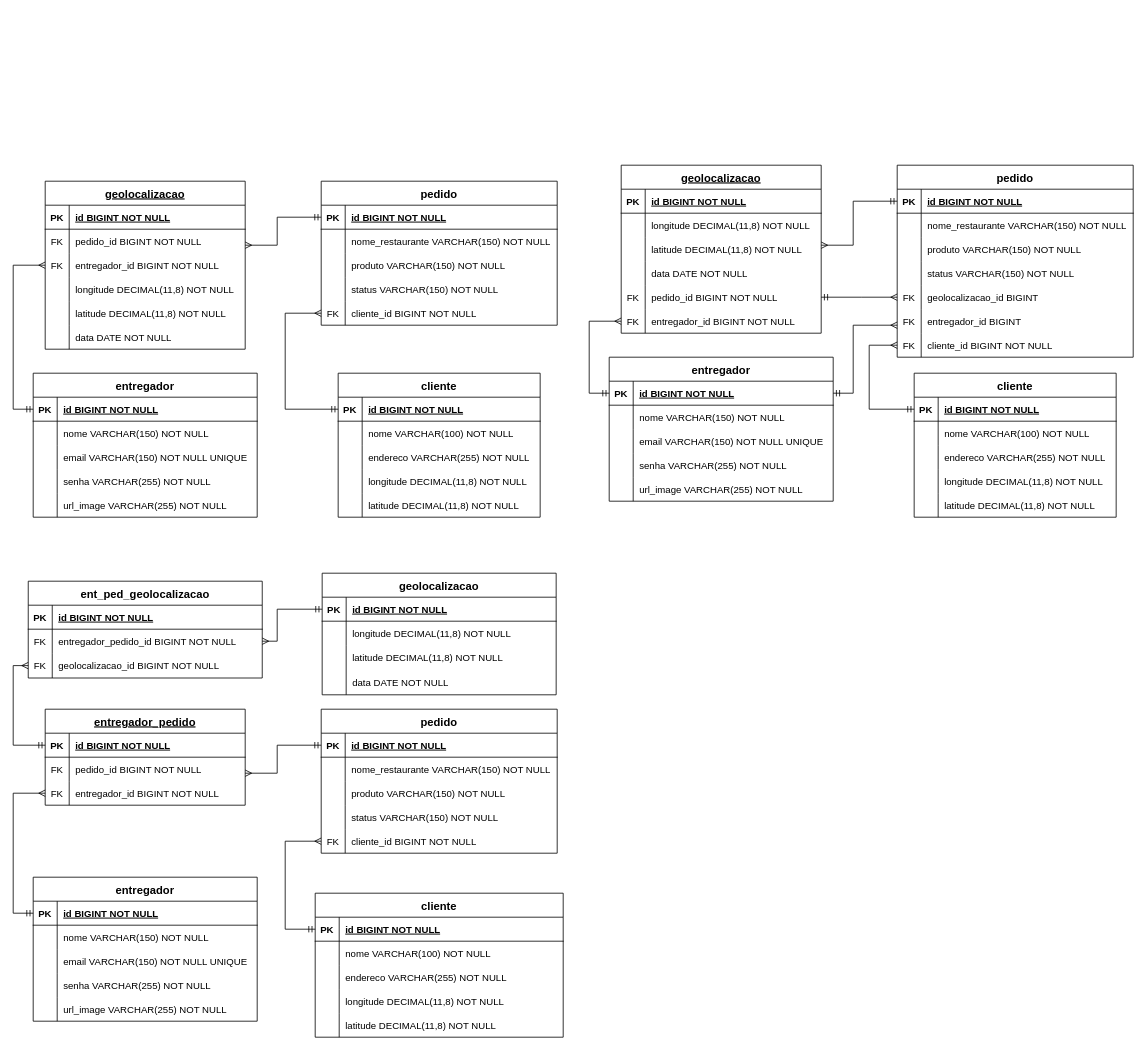
Chocode-iFood/dados-complementares keeps this draw.io diagram as Diagrama_20_03.drawio. Above is the earlier version. Source tidied: cells renumbered, new cells numbered last; positions are measured from the earlier drawing's top-left corner, leaving out a move shared by most shapes. Both pictures are drawn from the tidied source at 80%, with x=0, y=0 at pixel (-27, 13).
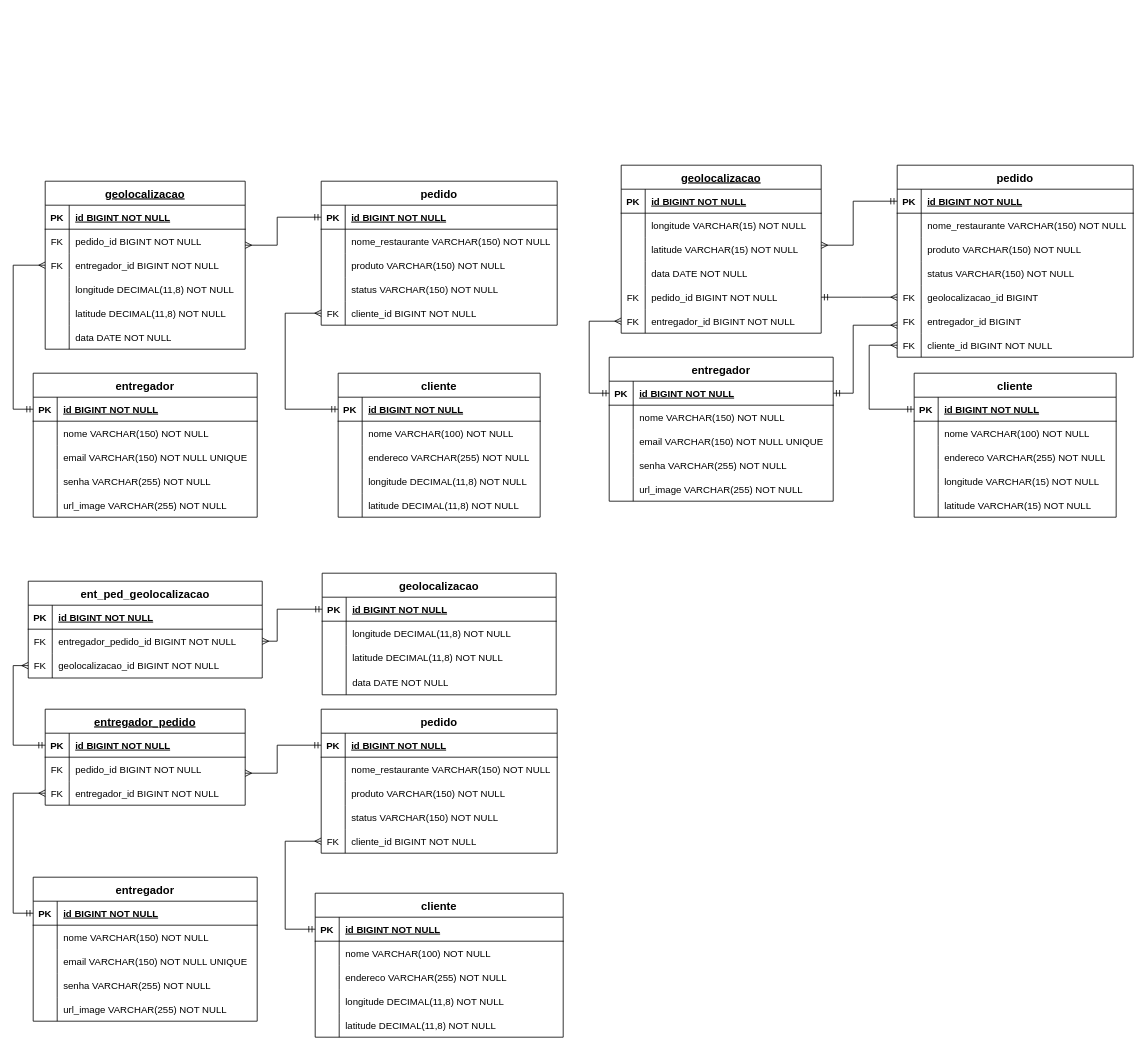
Above is the later version.

Commit message (it also covers changes not shown here):
Editando o diagrama, para implementar alterações sugeridas pelo Danilo

The change refers to these unchanged cells:
```xml
<mxCell id="208" style="shape=tableRow;horizontal=0;startSize=0;swimlaneHead=0;swimlaneBody=0;fillColor=none;top=0;left=0;right=0;bottom=0;" parent="198" vertex="1">
  <mxGeometry y="120" width="252.5" height="30" as="geometry" />
</mxCell>
<mxCell id="211" style="shape=tableRow;horizontal=0;startSize=0;swimlaneHead=0;swimlaneBody=0;fillColor=none;top=0;left=0;right=0;bottom=0;" parent="198" vertex="1">
  <mxGeometry y="150" width="252.5" height="30" as="geometry" />
</mxCell>
<mxCell id="218" style="shape=tableRow;horizontal=0;startSize=0;swimlaneHead=0;swimlaneBody=0;fillColor=none;top=0;left=0;right=0;bottom=1;strokeColor=none;" parent="214" vertex="1">
  <mxGeometry y="60" width="250" height="30" as="geometry" />
</mxCell>
<mxCell id="221" style="shape=tableRow;horizontal=0;startSize=0;swimlaneHead=0;swimlaneBody=0;fillColor=none;top=0;left=0;right=0;bottom=1;strokeColor=none;" parent="214" vertex="1">
  <mxGeometry y="90" width="250" height="30" as="geometry" />
</mxCell>
```

What changed in the source:
```diff
@@
-    <mxCell id="210" value="longitude DECIMAL(11,8) NOT NULL" style="shape=partialRectangle;fillColor=none;top=0;left=0;bottom=0;right=0;align=left;spacingLeft=6;overflow=hidden;" parent="208" vertex="1">
+    <mxCell id="210" value="longitude VARCHAR(15) NOT NULL" style="shape=partialRectangle;fillColor=none;top=0;left=0;bottom=0;right=0;align=left;spacingLeft=6;overflow=hidden;" parent="208" vertex="1">
       <mxGeometry x="30" width="222.5" height="30" as="geometry" />
     </mxCell>
@@
-    <mxCell id="213" value="latitude DECIMAL(11,8) NOT NULL" style="shape=partialRectangle;fillColor=none;top=0;left=0;bottom=0;right=0;align=left;spacingLeft=6;overflow=hidden;" parent="211" vertex="1">
+    <mxCell id="213" value="latitude VARCHAR(15) NOT NULL" style="shape=partialRectangle;fillColor=none;top=0;left=0;bottom=0;right=0;align=left;spacingLeft=6;overflow=hidden;" parent="211" vertex="1">
       <mxGeometry x="30" width="222.5" height="30" as="geometry" />
     </mxCell>
@@
-    <mxCell id="220" value="longitude DECIMAL(11,8) NOT NULL" style="shape=partialRectangle;fillColor=none;top=0;left=0;bottom=0;right=0;align=left;spacingLeft=6;fontStyle=0;overflow=hidden;" parent="218" vertex="1">
+    <mxCell id="220" value="longitude VARCHAR(15) NOT NULL" style="shape=partialRectangle;fillColor=none;top=0;left=0;bottom=0;right=0;align=left;spacingLeft=6;fontStyle=0;overflow=hidden;" parent="218" vertex="1">
       <mxGeometry x="30" width="220" height="30" as="geometry" />
     </mxCell>
@@
-    <mxCell id="223" value="latitude DECIMAL(11,8) NOT NULL" style="shape=partialRectangle;fillColor=none;top=0;left=0;bottom=0;right=0;align=left;spacingLeft=6;fontStyle=0;overflow=hidden;" parent="221" vertex="1">
+    <mxCell id="223" value="latitude VARCHAR(15) NOT NULL" style="shape=partialRectangle;fillColor=none;top=0;left=0;bottom=0;right=0;align=left;spacingLeft=6;fontStyle=0;overflow=hidden;" parent="221" vertex="1">
       <mxGeometry x="30" width="220" height="30" as="geometry" />
     </mxCell>
```
